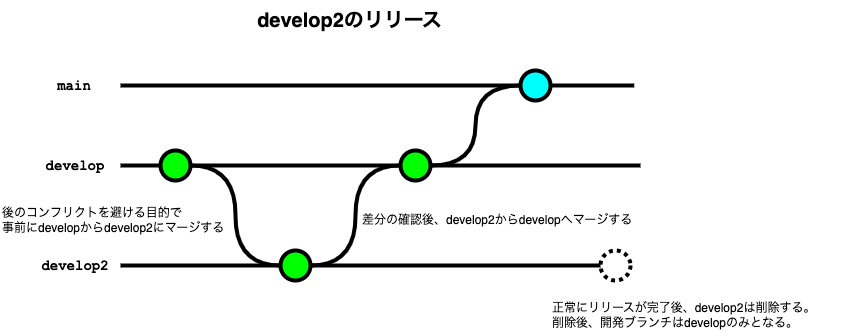
future-architect/coding-standards keeps this draw.io diagram as documents/forGitBranch/img/branch_strategy_release_multi_develop.drawio.png. Above is the earlier version. Source tidied: cells renumbered, new cells last; positions are measured from the earlier drawing's top-left corner, leaving out a move shared by most shapes. Source of this version:
```xml
<mxGraphModel>
  <root>
    <mxCell id="0" />
    <mxCell id="1" parent="0" />
    <mxCell id="2" style="edgeStyle=orthogonalEdgeStyle;curved=1;rounded=0;jettySize=auto;html=1;endArrow=none;endFill=0;strokeWidth=4;fontFamily=Courier New;fontSize=16;" parent="1" edge="1" source="3">
      <mxGeometry relative="1" as="geometry">
        <mxPoint x="633.8" y="85" as="targetPoint" />
      </mxGeometry>
    </mxCell>
    <mxCell id="3" style="verticalLabelPosition=bottom;verticalAlign=top;html=1;strokeWidth=4;shape=mxgraph.flowchart.on-page_reference;plain-blue;gradientColor=none;strokeColor=#000000;fillColor=#00FFFF;" parent="1" vertex="1">
      <mxGeometry x="520" y="70" width="30" height="30" as="geometry" />
    </mxCell>
    <mxCell id="4" value="main" style="text;html=1;strokeColor=none;fillColor=none;align=center;verticalAlign=middle;whiteSpace=wrap;overflow=hidden;fontSize=14;fontStyle=1;fontFamily=Courier New;" parent="1" vertex="1">
      <mxGeometry x="49.4" y="75" width="50" height="20" as="geometry" />
    </mxCell>
    <mxCell id="5" style="verticalLabelPosition=bottom;verticalAlign=top;html=1;strokeWidth=4;shape=mxgraph.flowchart.on-page_reference;plain-purple;gradientColor=none;strokeColor=#000000;fillColor=#00FF00;" parent="1" vertex="1">
      <mxGeometry x="160" y="150" width="30" height="30" as="geometry" />
    </mxCell>
    <mxCell id="6" style="edgeStyle=orthogonalEdgeStyle;curved=1;rounded=0;html=1;exitX=1;exitY=0.5;exitPerimeter=0;entryX=0;entryY=0.5;entryPerimeter=0;endArrow=none;endFill=0;jettySize=auto;strokeWidth=4;fontSize=15;" parent="1" edge="1" source="7" target="3">
      <mxGeometry relative="1" as="geometry" />
    </mxCell>
    <mxCell id="7" style="verticalLabelPosition=bottom;verticalAlign=top;html=1;strokeWidth=4;shape=mxgraph.flowchart.on-page_reference;plain-purple;gradientColor=none;strokeColor=#000000;fillColor=#00FF00;" parent="1" vertex="1">
      <mxGeometry x="400" y="150" width="30" height="30" as="geometry" />
    </mxCell>
    <mxCell id="8" style="edgeStyle=orthogonalEdgeStyle;curved=1;rounded=0;html=1;exitX=1;exitY=0.5;exitPerimeter=0;entryX=0;entryY=0.5;entryPerimeter=0;endArrow=none;endFill=0;jettySize=auto;strokeWidth=4;fontSize=15;exitDx=0;exitDy=0;entryDx=0;entryDy=0;" parent="1" edge="1" source="13" target="7">
      <mxGeometry relative="1" as="geometry" />
    </mxCell>
    <mxCell id="9" style="edgeStyle=orthogonalEdgeStyle;curved=1;rounded=0;jettySize=auto;html=1;endArrow=none;endFill=0;strokeWidth=4;fontFamily=Courier New;fontSize=16;exitX=1;exitY=0.5;exitDx=0;exitDy=0;exitPerimeter=0;" parent="1" edge="1" source="7">
      <mxGeometry relative="1" as="geometry">
        <mxPoint x="640" y="165" as="targetPoint" />
      </mxGeometry>
    </mxCell>
    <mxCell id="10" style="edgeStyle=orthogonalEdgeStyle;curved=1;rounded=0;jettySize=auto;html=1;endArrow=none;endFill=0;strokeWidth=4;fontFamily=Courier New;fontSize=16;exitX=1;exitY=0.5;exitDx=0;exitDy=0;exitPerimeter=0;" parent="1" edge="1" source="5" target="7">
      <mxGeometry relative="1" as="geometry" />
    </mxCell>
    <mxCell id="11" style="edgeStyle=orthogonalEdgeStyle;curved=1;rounded=0;jettySize=auto;html=1;endArrow=none;endFill=0;strokeWidth=4;fontFamily=Courier New;fontSize=16;entryX=0;entryY=0.5;entryDx=0;entryDy=0;entryPerimeter=0;" parent="1" edge="1" target="3">
      <mxGeometry relative="1" as="geometry">
        <mxPoint x="120" y="85" as="sourcePoint" />
      </mxGeometry>
    </mxCell>
    <mxCell id="12" value="develop2" style="text;html=1;strokeColor=none;fillColor=none;align=center;verticalAlign=middle;whiteSpace=wrap;overflow=hidden;fontSize=14;fontStyle=1;fontFamily=Courier New;fontColor=#000000;" parent="1" vertex="1">
      <mxGeometry x="32.5" y="255" width="83.8" height="20" as="geometry" />
    </mxCell>
    <mxCell id="13" style="verticalLabelPosition=bottom;verticalAlign=top;html=1;strokeWidth=4;shape=mxgraph.flowchart.on-page_reference;plain-purple;gradientColor=none;strokeColor=#000000;fillColor=#00FF00;" parent="1" vertex="1">
      <mxGeometry x="280" y="250" width="30" height="30" as="geometry" />
    </mxCell>
    <mxCell id="14" style="verticalLabelPosition=bottom;verticalAlign=top;html=1;strokeWidth=4;shape=mxgraph.flowchart.on-page_reference;plain-purple;gradientColor=none;strokeColor=#000000;fillColor=none;dashed=1;dashPattern=1 1;" parent="1" vertex="1">
      <mxGeometry x="600" y="250" width="30" height="30" as="geometry" />
    </mxCell>
    <mxCell id="15" style="edgeStyle=orthogonalEdgeStyle;curved=1;rounded=0;html=1;exitX=0;exitY=0.5;exitPerimeter=0;entryX=1;entryY=0.5;entryPerimeter=0;endArrow=none;endFill=0;jettySize=auto;strokeWidth=4;fontSize=15;exitDx=0;exitDy=0;entryDx=0;entryDy=0;" parent="1" edge="1" target="x">
      <mxGeometry relative="1" as="geometry">
        <mxPoint x="554.8" y="465" as="sourcePoint" />
      </mxGeometry>
    </mxCell>
    <mxCell id="16" style="edgeStyle=orthogonalEdgeStyle;curved=1;rounded=0;jettySize=auto;html=1;endArrow=none;endFill=0;strokeWidth=4;fontFamily=Courier New;fontSize=16;exitX=1;exitY=0.5;exitDx=0;exitDy=0;exitPerimeter=0;" parent="1" edge="1" source="13" target="14">
      <mxGeometry relative="1" as="geometry" />
    </mxCell>
    <mxCell id="17" value="後のコンフリクトを避ける目的で&lt;br&gt;事前にdevelopからdevelop2にマージする" style="text;html=1;align=left;verticalAlign=middle;strokeColor=none;fillColor=none;" parent="1" vertex="1">
      <mxGeometry y="200" width="250" height="40" as="geometry" />
    </mxCell>
    <mxCell id="18" style="edgeStyle=orthogonalEdgeStyle;curved=1;rounded=0;jettySize=auto;html=1;endArrow=none;endFill=0;strokeWidth=4;fontFamily=Courier New;fontSize=16;entryX=0;entryY=0.5;entryDx=0;entryDy=0;entryPerimeter=0;" parent="1" edge="1" target="13">
      <mxGeometry relative="1" as="geometry">
        <mxPoint x="120" y="265" as="sourcePoint" />
      </mxGeometry>
    </mxCell>
    <mxCell id="19" style="edgeStyle=orthogonalEdgeStyle;curved=1;rounded=0;jettySize=auto;html=1;endArrow=none;endFill=0;strokeWidth=4;fontFamily=Courier New;fontSize=16;entryX=0;entryY=0.5;entryDx=0;entryDy=0;entryPerimeter=0;exitX=1;exitY=0.5;exitDx=0;exitDy=0;exitPerimeter=0;" parent="1" edge="1" source="5" target="13">
      <mxGeometry relative="1" as="geometry" />
    </mxCell>
    <mxCell id="20" style="edgeStyle=orthogonalEdgeStyle;curved=1;rounded=0;jettySize=auto;html=1;endArrow=none;endFill=0;strokeWidth=4;fontFamily=Courier New;fontSize=16;entryX=0;entryY=0.5;entryDx=0;entryDy=0;entryPerimeter=0;" parent="1" edge="1" target="5">
      <mxGeometry relative="1" as="geometry">
        <mxPoint x="120" y="165" as="sourcePoint" />
      </mxGeometry>
    </mxCell>
    <mxCell id="21" value="develop" style="text;html=1;strokeColor=none;fillColor=none;align=center;verticalAlign=middle;whiteSpace=wrap;overflow=hidden;fontSize=14;fontStyle=1;fontFamily=Courier New;fontColor=#000000;" parent="1" vertex="1">
      <mxGeometry x="32.5" y="155" width="83.8" height="20" as="geometry" />
    </mxCell>
    <mxCell id="22" value="差分の確認後、develop2からdevelopへマージする" style="text;html=1;align=left;verticalAlign=middle;strokeColor=none;fillColor=none;" parent="1" vertex="1">
      <mxGeometry x="360" y="205" width="290" height="30" as="geometry" />
    </mxCell>
    <mxCell id="23" value="正常にリリースが完了後、develop2は削除する。&lt;br&gt;削除後、開発ブランチはdevelopのみとなる。" style="text;html=1;align=left;verticalAlign=middle;strokeColor=none;fillColor=none;" parent="1" vertex="1">
      <mxGeometry x="550" y="295" width="290" height="40" as="geometry" />
    </mxCell>
    <mxCell id="24" value="develop2のリリース" style="text;html=1;align=center;verticalAlign=middle;strokeColor=none;fillColor=none;fontStyle=1;fontSize=20;" parent="1" vertex="1">
      <mxGeometry x="244" width="210" height="40" as="geometry" />
    </mxCell>
  </root>
</mxGraphModel>
```
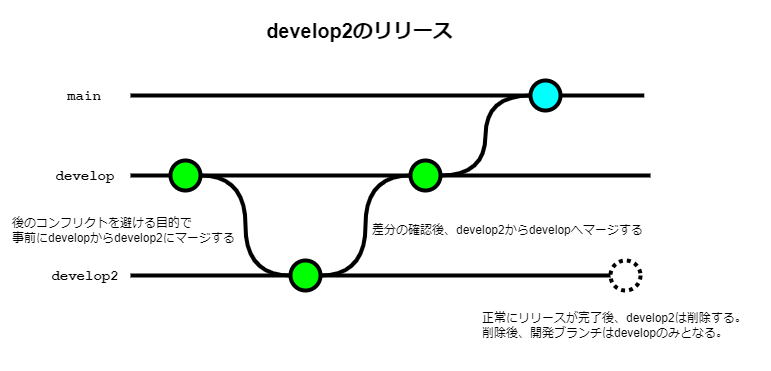
Later version of the same file.

Diff of the diagram source:
```diff
@@ -2,6 +2,9 @@
   <root>
     <mxCell id="0" />
     <mxCell id="1" parent="0" />
+    <mxCell id="25" style="rounded=0;whiteSpace=wrap;html=1;strokeColor=none;" parent="1" vertex="1">
+      <mxGeometry x="-10" y="-10" width="760" height="370" as="geometry" />
+    </mxCell>
     <mxCell id="2" style="edgeStyle=orthogonalEdgeStyle;curved=1;rounded=0;jettySize=auto;html=1;endArrow=none;endFill=0;strokeWidth=4;fontFamily=Courier New;fontSize=16;" parent="1" edge="1" source="3">
       <mxGeometry relative="1" as="geometry">
         <mxPoint x="633.8" y="85" as="targetPoint" />
@@ -47,11 +50,6 @@
     <mxCell id="14" style="verticalLabelPosition=bottom;verticalAlign=top;html=1;strokeWidth=4;shape=mxgraph.flowchart.on-page_reference;plain-purple;gradientColor=none;strokeColor=#000000;fillColor=none;dashed=1;dashPattern=1 1;" parent="1" vertex="1">
       <mxGeometry x="600" y="250" width="30" height="30" as="geometry" />
     </mxCell>
-    <mxCell id="15" style="edgeStyle=orthogonalEdgeStyle;curved=1;rounded=0;html=1;exitX=0;exitY=0.5;exitPerimeter=0;entryX=1;entryY=0.5;entryPerimeter=0;endArrow=none;endFill=0;jettySize=auto;strokeWidth=4;fontSize=15;exitDx=0;exitDy=0;entryDx=0;entryDy=0;" parent="1" edge="1" target="x">
-      <mxGeometry relative="1" as="geometry">
-        <mxPoint x="554.8" y="465" as="sourcePoint" />
-      </mxGeometry>
-    </mxCell>
     <mxCell id="16" style="edgeStyle=orthogonalEdgeStyle;curved=1;rounded=0;jettySize=auto;html=1;endArrow=none;endFill=0;strokeWidth=4;fontFamily=Courier New;fontSize=16;exitX=1;exitY=0.5;exitDx=0;exitDy=0;exitPerimeter=0;" parent="1" edge="1" source="13" target="14">
       <mxGeometry relative="1" as="geometry" />
     </mxCell>
@@ -78,7 +76,7 @@
       <mxGeometry x="360" y="205" width="290" height="30" as="geometry" />
     </mxCell>
     <mxCell id="23" value="正常にリリースが完了後、develop2は削除する。&lt;br&gt;削除後、開発ブランチはdevelopのみとなる。" style="text;html=1;align=left;verticalAlign=middle;strokeColor=none;fillColor=none;" parent="1" vertex="1">
-      <mxGeometry x="550" y="295" width="290" height="40" as="geometry" />
+      <mxGeometry x="470" y="294.5" width="290" height="40" as="geometry" />
     </mxCell>
     <mxCell id="24" value="develop2のリリース" style="text;html=1;align=center;verticalAlign=middle;strokeColor=none;fillColor=none;fontStyle=1;fontSize=20;" parent="1" vertex="1">
       <mxGeometry x="244" width="210" height="40" as="geometry" />
```
